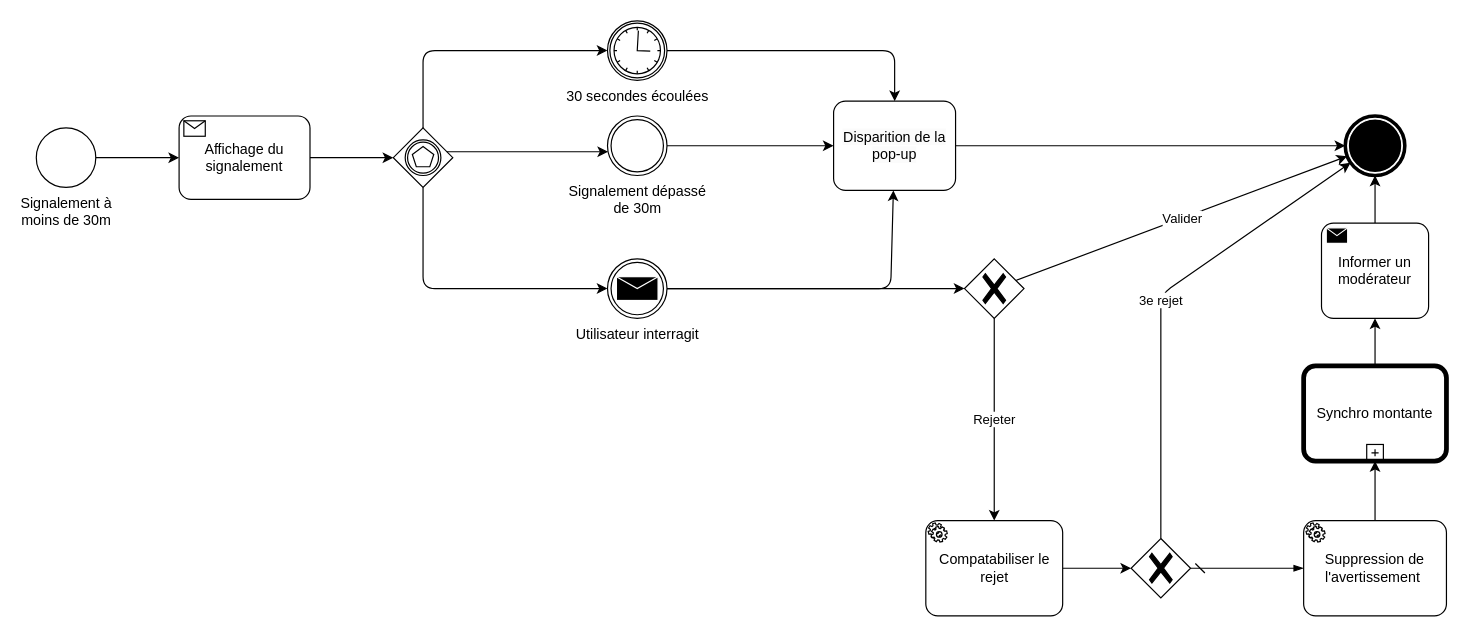
The draw.io diagram Documentation/BPMN/BPMN-suppression_avertissement.drawio in projetDansLaMontagne/Valpineta, before the edit. Source tidied: cells renumbered, new cells numbered last; positions are measured from the earlier drawing's top-left corner, leaving out a move shared by most shapes. Both pictures are drawn from the tidied source at 119%, with x=0, y=0 at pixel (36, 20).
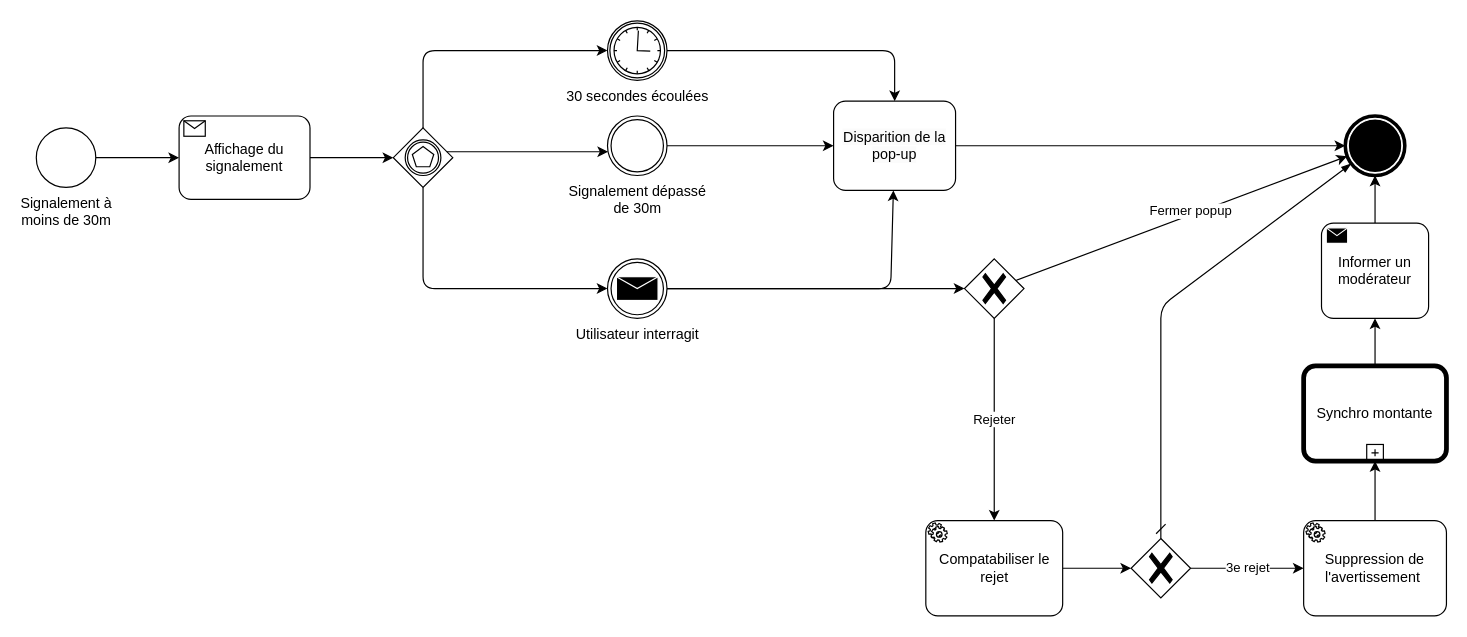
Above is the later version.

Unchanged cells that the change refers to:
```xml
<mxCell id="13" style="points=[[0.145,0.145,0],[0.5,0,0],[0.855,0.145,0],[1,0.5,0],[0.855,0.855,0],[0.5,1,0],[0.145,0.855,0],[0,0.5,0]];shape=mxgraph.bpmn.event;html=1;verticalLabelPosition=bottom;labelBackgroundColor=#ffffff;verticalAlign=top;align=center;perimeter=ellipsePerimeter;outlineConnect=0;outline=end;symbol=terminate;" parent="1" vertex="1">
  <mxGeometry x="1100" y="80" width="50" height="50" as="geometry" />
</mxCell>
<mxCell id="19" style="points=[[0.25,0.25,0],[0.5,0,0],[0.75,0.25,0],[1,0.5,0],[0.75,0.75,0],[0.5,1,0],[0.25,0.75,0],[0,0.5,0]];shape=mxgraph.bpmn.gateway2;html=1;verticalLabelPosition=bottom;labelBackgroundColor=#ffffff;verticalAlign=top;align=center;perimeter=rhombusPerimeter;outlineConnect=0;outline=none;symbol=none;gwType=exclusive;" parent="1" vertex="1">
  <mxGeometry x="780" y="200" width="50" height="50" as="geometry" />
</mxCell>
<mxCell id="26" style="points=[[0.25,0.25,0],[0.5,0,0],[0.75,0.25,0],[1,0.5,0],[0.75,0.75,0],[0.5,1,0],[0.25,0.75,0],[0,0.5,0]];shape=mxgraph.bpmn.gateway2;html=1;verticalLabelPosition=bottom;labelBackgroundColor=#ffffff;verticalAlign=top;align=center;perimeter=rhombusPerimeter;outlineConnect=0;outline=none;symbol=none;gwType=exclusive;" parent="1" vertex="1">
  <mxGeometry x="920" y="435" width="50" height="50" as="geometry" />
</mxCell>
<mxCell id="28" value="Suppression de l'avertissement&amp;nbsp;" style="points=[[0.25,0,0],[0.5,0,0],[0.75,0,0],[1,0.25,0],[1,0.5,0],[1,0.75,0],[0.75,1,0],[0.5,1,0],[0.25,1,0],[0,0.75,0],[0,0.5,0],[0,0.25,0]];shape=mxgraph.bpmn.task;whiteSpace=wrap;rectStyle=rounded;size=10;html=1;taskMarker=service;" parent="1" vertex="1">
  <mxGeometry x="1065" y="420" width="120" height="80" as="geometry" />
</mxCell>
```

The edit, as a diff of the source:
```diff
@@
-    <mxCell id="18" value="Valider" style="edgeStyle=none;html=1;" parent="1" edge="1" source="19" target="13">
-      <mxGeometry relative="1" as="geometry" />
+    <mxCell id="18" value="Fermer popup" style="edgeStyle=none;html=1;" parent="1" edge="1" source="19" target="13">
+      <mxGeometry x="0.06" y="3" relative="1" as="geometry" />
     </mxCell>
@@
-    <mxCell id="25" value="3e rejet" style="edgeStyle=none;html=1;" parent="1" edge="1" source="26" target="13">
-      <mxGeometry relative="1" as="geometry">
-        <Array as="points">
-          <mxPoint x="945" y="230" />
-        </Array>
-      </mxGeometry>
+    <mxCell id="25" value="3e rejet" style="edgeStyle=none;html=1;" parent="1" edge="1" source="26" target="28">
+      <mxGeometry relative="1" as="geometry" />
     </mxCell>
@@
-    <mxCell id="33" style="fontSize=12;html=1;endArrow=blockThin;endFill=1;startArrow=dash;startFill=0;endSize=6;startSize=6;" parent="1" edge="1" source="26" target="28">
-      <mxGeometry relative="1" as="geometry" />
+    <mxCell id="33" style="fontSize=12;html=1;endArrow=blockThin;endFill=1;startArrow=dash;startFill=0;endSize=6;startSize=6;" parent="1" edge="1" source="26" target="13">
+      <mxGeometry relative="1" as="geometry">
+        <Array as="points">
+          <mxPoint x="945" y="240" />
+        </Array>
+      </mxGeometry>
     </mxCell>
```
